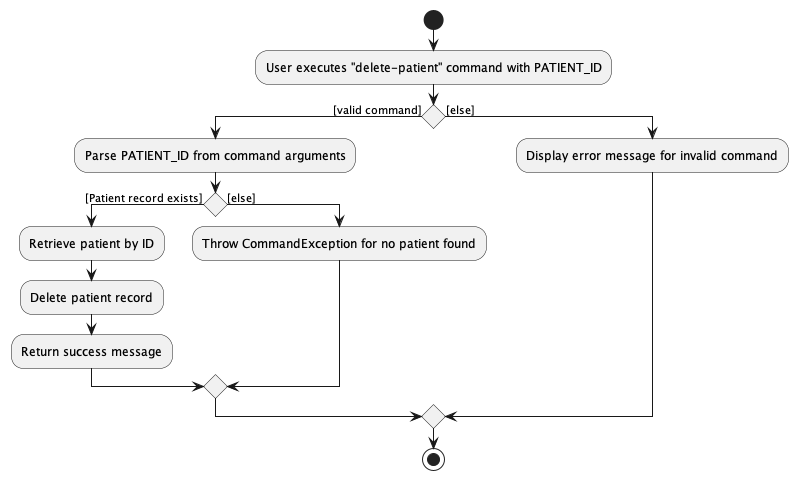
This is docs/images/DeletePatientActivityDiagram.png from techjay-c/tp, a PlantUML export, as it was before one commit.
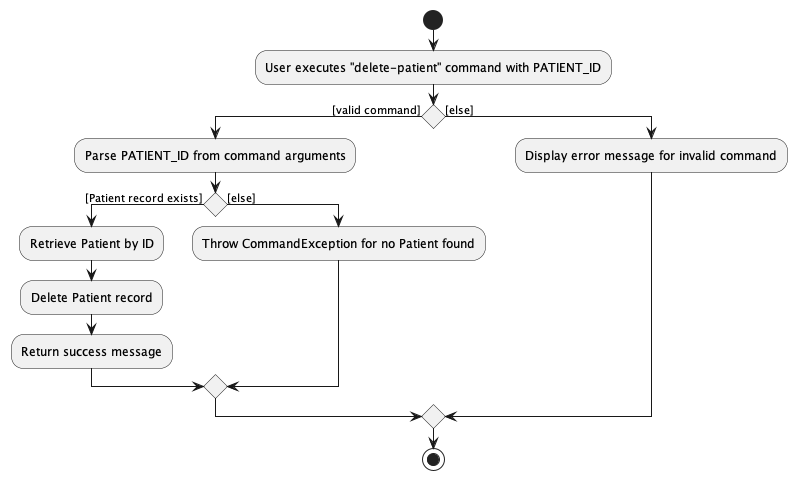
After the change.

Change to the diagram source:
```diff
@@ -6,11 +6,11 @@
   :Parse PATIENT_ID from command arguments;
 
 if () then ([Patient record exists])
-  :Retrieve patient by ID;
-  :Delete patient record;
+  :Retrieve Patient by ID;
+  :Delete Patient record;
   :Return success message;
 else ([else])
-  :Throw CommandException for no patient found;
+  :Throw CommandException for no Patient found;
 endif
 
 else ([else])
```
